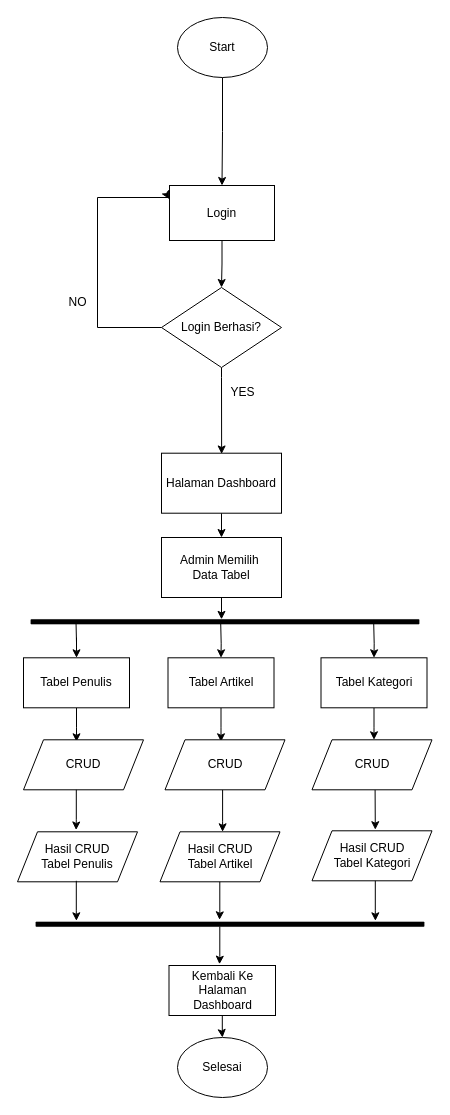
Above: admin.drawio in EnjoyUrLife69/P5-PROJECT (draw.io), before the change. Source tidied: cells renumbered, new cells numbered last; positions are measured from the earlier drawing's top-left corner, leaving out a move shared by most shapes. Both pictures are drawn from the tidied source at 100%, with x=0, y=0 at pixel (17, 17).
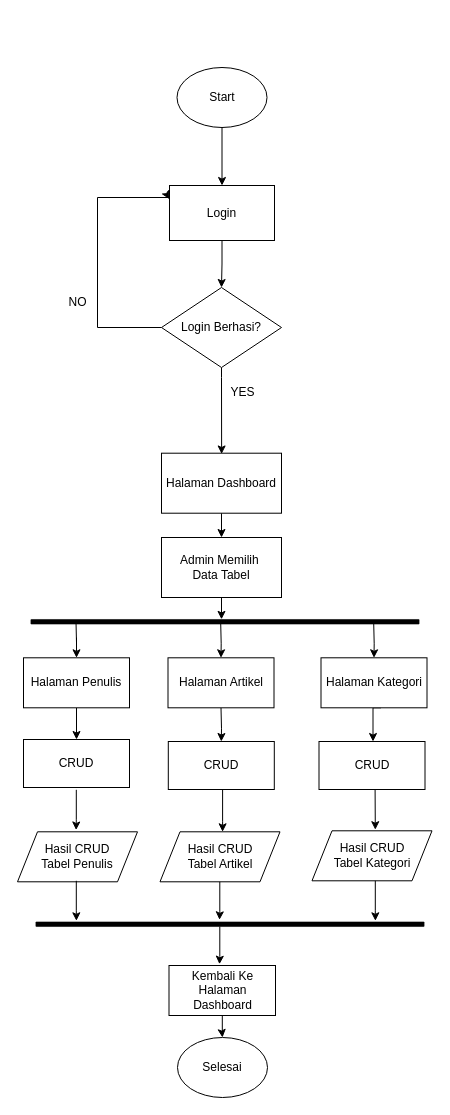
Above is the later version.

Diff of the diagram source:
```diff
@@
     <mxCell id="3" value="Start" style="ellipse;whiteSpace=wrap;html=1;" parent="1" vertex="1">
-      <mxGeometry x="160" width="90" height="60" as="geometry" />
+      <mxGeometry x="159.5" y="50" width="90" height="60" as="geometry" />
     </mxCell>
@@
-    <mxCell id="17" style="edgeStyle=orthogonalEdgeStyle;rounded=0;jettySize=auto;html=1;" parent="1" edge="1" source="18">
-      <mxGeometry relative="1" as="geometry">
-        <mxPoint x="59" y="724.3" as="targetPoint" />
-      </mxGeometry>
+    <mxCell id="17" style="edgeStyle=orthogonalEdgeStyle;rounded=0;jettySize=auto;html=1;" parent="1" edge="1" source="18" target="42">
+      <mxGeometry relative="1" as="geometry" />
     </mxCell>
-    <mxCell id="18" value="Tabel Penulis" style="rounded=0;whiteSpace=wrap;html=1;" parent="1" vertex="1">
+    <mxCell id="18" value="Halaman Penulis" style="rounded=0;whiteSpace=wrap;html=1;" parent="1" vertex="1">
       <mxGeometry x="6" y="640.3" width="106" height="50" as="geometry" />
     </mxCell>
-    <mxCell id="19" style="edgeStyle=orthogonalEdgeStyle;rounded=0;jettySize=auto;html=1;" parent="1" edge="1" source="20">
+    <mxCell id="19" style="edgeStyle=orthogonalEdgeStyle;rounded=0;jettySize=auto;html=1;" parent="1" edge="1" target="43">
       <mxGeometry relative="1" as="geometry">
-        <mxPoint x="203.5" y="724.3" as="targetPoint" />
+        <mxPoint x="203.5" y="690.3" as="sourcePoint" />
       </mxGeometry>
     </mxCell>
-    <mxCell id="20" value="Tabel Artikel" style="rounded=0;whiteSpace=wrap;html=1;" parent="1" vertex="1">
+    <mxCell id="20" value="Halaman Artikel" style="rounded=0;whiteSpace=wrap;html=1;" parent="1" vertex="1">
       <mxGeometry x="150.5" y="640.3" width="106" height="50" as="geometry" />
     </mxCell>
-    <mxCell id="21" style="edgeStyle=orthogonalEdgeStyle;rounded=0;jettySize=auto;html=1;" parent="1" edge="1" source="22">
+    <mxCell id="21" style="edgeStyle=orthogonalEdgeStyle;rounded=0;orthogonalLoop=1;jettySize=auto;html=1;" parent="1" edge="1">
       <mxGeometry relative="1" as="geometry">
-        <mxPoint x="356.5" y="722.3" as="targetPoint" />
+        <mxPoint x="363.5" y="690.3" as="sourcePoint" />
+        <mxPoint x="355.5" y="724" as="targetPoint" />
       </mxGeometry>
     </mxCell>
-    <mxCell id="22" value="Tabel Kategori" style="rounded=0;whiteSpace=wrap;html=1;" parent="1" vertex="1">
+    <mxCell id="22" value="Halaman Kategori" style="rounded=0;whiteSpace=wrap;html=1;" parent="1" vertex="1">
       <mxGeometry x="303.5" y="640.3" width="106" height="50" as="geometry" />
     </mxCell>
@@
-    <mxCell id="25" value="CRUD" style="shape=parallelogram;perimeter=parallelogramPerimeter;whiteSpace=wrap;html=1;fixedSize=1;" parent="1" vertex="1">
-      <mxGeometry x="147.5" y="722.3" width="120" height="50" as="geometry" />
-    </mxCell>
-    <mxCell id="26" value="CRUD" style="shape=parallelogram;perimeter=parallelogramPerimeter;whiteSpace=wrap;html=1;fixedSize=1;" parent="1" vertex="1">
-      <mxGeometry x="294.5" y="722.3" width="120" height="50" as="geometry" />
-    </mxCell>
-    <mxCell id="27" value="CRUD" style="shape=parallelogram;perimeter=parallelogramPerimeter;whiteSpace=wrap;html=1;fixedSize=1;" parent="1" vertex="1">
-      <mxGeometry x="6" y="722.3" width="120" height="50" as="geometry" />
-    </mxCell>
@@
+    <mxCell id="42" value="CRUD" style="rounded=0;whiteSpace=wrap;html=1;" parent="1" vertex="1">
+      <mxGeometry x="6" y="722" width="106" height="48" as="geometry" />
+    </mxCell>
+    <mxCell id="43" value="CRUD" style="rounded=0;whiteSpace=wrap;html=1;" parent="1" vertex="1">
+      <mxGeometry x="150.8" y="724" width="106" height="48" as="geometry" />
+    </mxCell>
+    <mxCell id="44" value="CRUD" style="rounded=0;whiteSpace=wrap;html=1;" parent="1" vertex="1">
+      <mxGeometry x="301.5" y="724" width="106" height="48" as="geometry" />
+    </mxCell>
```
